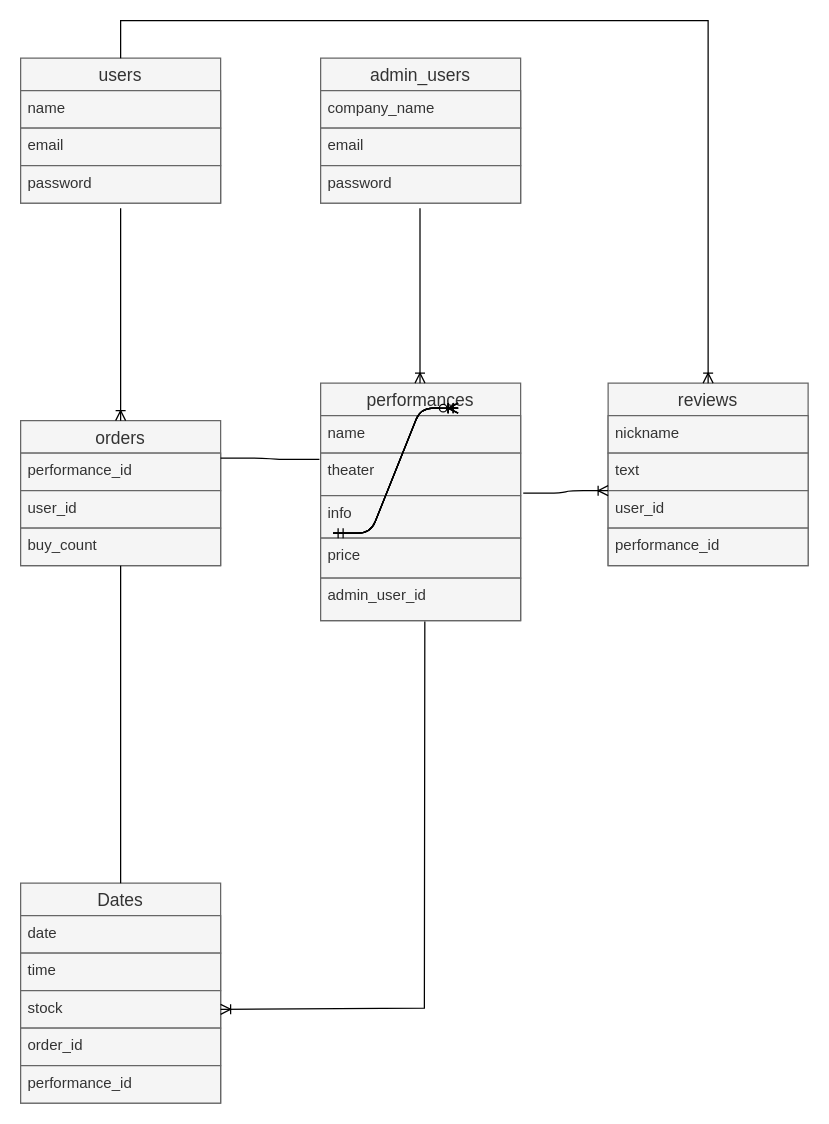
TakuKunimatsu/tickets keeps this draw.io diagram as ER図.dio. Above is the earlier version. Source tidied: cells renumbered, new cells numbered last; positions are measured from the earlier drawing's top-left corner, leaving out a move shared by most shapes. Both pictures are drawn from the tidied source at 125%, with x=0, y=0 at pixel (20, 20).
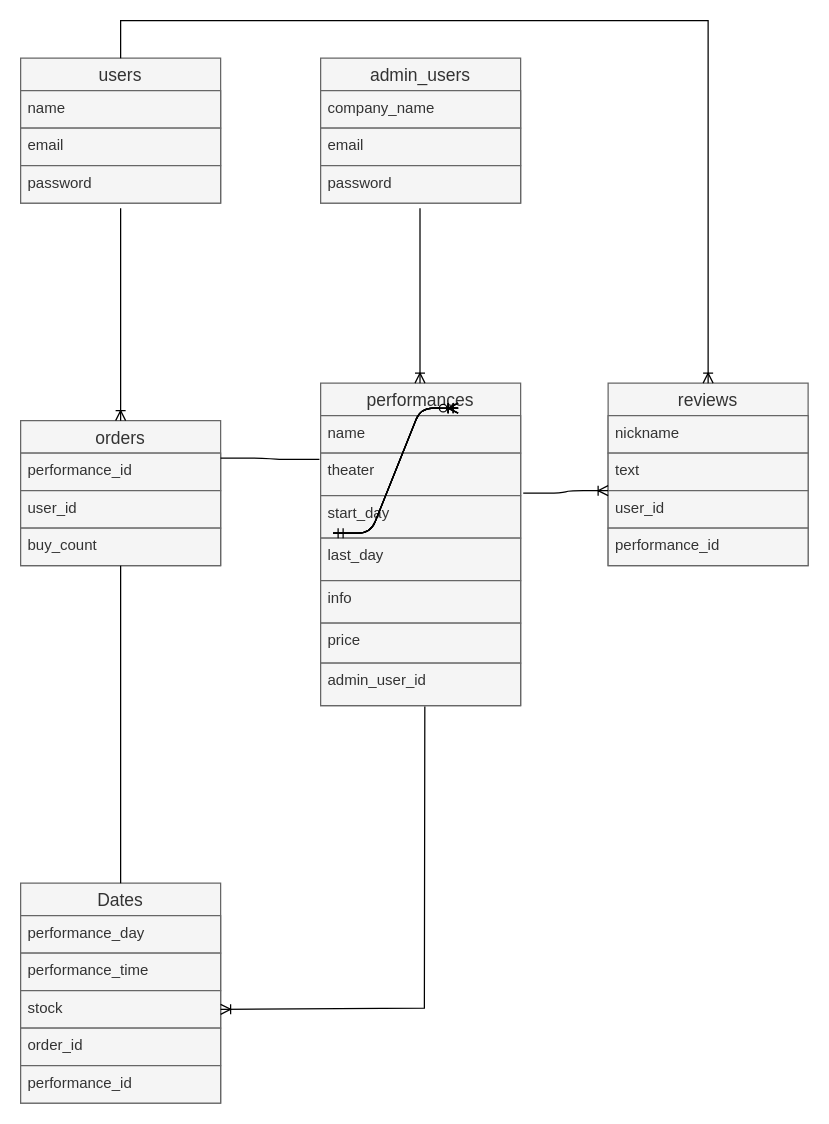
The same page after the edit.

Commit message (it also covers changes not shown here):
テーブル設計とER図の修正

The change refers to these unchanged cells:
```xml
<mxCell id="34" value="Dates" style="swimlane;fontStyle=0;horizontal=1;startSize=26;align=center;fontSize=14;fillColor=#f5f5f5;fontColor=#333333;strokeColor=#666666;" parent="1" vertex="1">
  <mxGeometry y="690" width="160" height="176" as="geometry" />
</mxCell>
```

Diff of the diagram source:
```diff
@@
     <mxCell id="10" value="performances" style="swimlane;fontStyle=0;horizontal=1;startSize=26;align=center;fontSize=14;fillColor=#f5f5f5;fontColor=#333333;strokeColor=#666666;" parent="1" vertex="1">
-      <mxGeometry x="240" y="290" width="160" height="190" as="geometry" />
+      <mxGeometry x="240" y="290" width="160" height="258" as="geometry" />
     </mxCell>
@@
+    <mxCell id="43" value="start_day&#10;" style="text;strokeColor=#666666;fillColor=#f5f5f5;spacingLeft=4;spacingRight=4;overflow=hidden;fontSize=12;fontColor=#333333;" parent="10" vertex="1">
+      <mxGeometry y="90" width="160" height="34" as="geometry" />
+    </mxCell>
+    <mxCell id="44" value="last_day" style="text;strokeColor=#666666;fillColor=#f5f5f5;spacingLeft=4;spacingRight=4;overflow=hidden;fontSize=12;fontColor=#333333;" parent="10" vertex="1">
+      <mxGeometry y="124" width="160" height="34" as="geometry" />
+    </mxCell>
     <mxCell id="13" value="info" style="text;strokeColor=#666666;fillColor=#f5f5f5;spacingLeft=4;spacingRight=4;overflow=hidden;fontSize=12;fontColor=#333333;" parent="10" vertex="1">
-      <mxGeometry y="90" width="160" height="34" as="geometry" />
+      <mxGeometry y="158" width="160" height="34" as="geometry" />
     </mxCell>
     <mxCell id="14" value="price" style="text;strokeColor=#666666;fillColor=#f5f5f5;spacingLeft=4;spacingRight=4;overflow=hidden;fontSize=12;fontColor=#333333;" parent="10" vertex="1">
-      <mxGeometry y="124" width="160" height="32" as="geometry" />
+      <mxGeometry y="192" width="160" height="32" as="geometry" />
     </mxCell>
     <mxCell id="15" value="admin_user_id" style="text;strokeColor=#666666;fillColor=#f5f5f5;spacingLeft=4;spacingRight=4;overflow=hidden;points=[[0,0.5],[1,0.5]];portConstraint=eastwest;fontSize=12;fontColor=#333333;" parent="10" vertex="1">
-      <mxGeometry y="156" width="160" height="34" as="geometry" />
+      <mxGeometry y="224" width="160" height="34" as="geometry" />
     </mxCell>
@@
-    <mxCell id="35" value="date" style="text;strokeColor=#666666;fillColor=#f5f5f5;spacingLeft=4;spacingRight=4;overflow=hidden;fontSize=12;fontColor=#333333;" parent="34" vertex="1">
+    <mxCell id="35" value="performance_day" style="text;strokeColor=#666666;fillColor=#f5f5f5;spacingLeft=4;spacingRight=4;overflow=hidden;fontSize=12;fontColor=#333333;" parent="34" vertex="1">
       <mxGeometry y="26" width="160" height="30" as="geometry" />
     </mxCell>
-    <mxCell id="36" value="time" style="text;strokeColor=#666666;fillColor=#f5f5f5;spacingLeft=4;spacingRight=4;overflow=hidden;fontSize=12;fontColor=#333333;" parent="34" vertex="1">
+    <mxCell id="36" value="performance_time" style="text;strokeColor=#666666;fillColor=#f5f5f5;spacingLeft=4;spacingRight=4;overflow=hidden;fontSize=12;fontColor=#333333;" parent="34" vertex="1">
       <mxGeometry y="56" width="160" height="30" as="geometry" />
     </mxCell>
```
